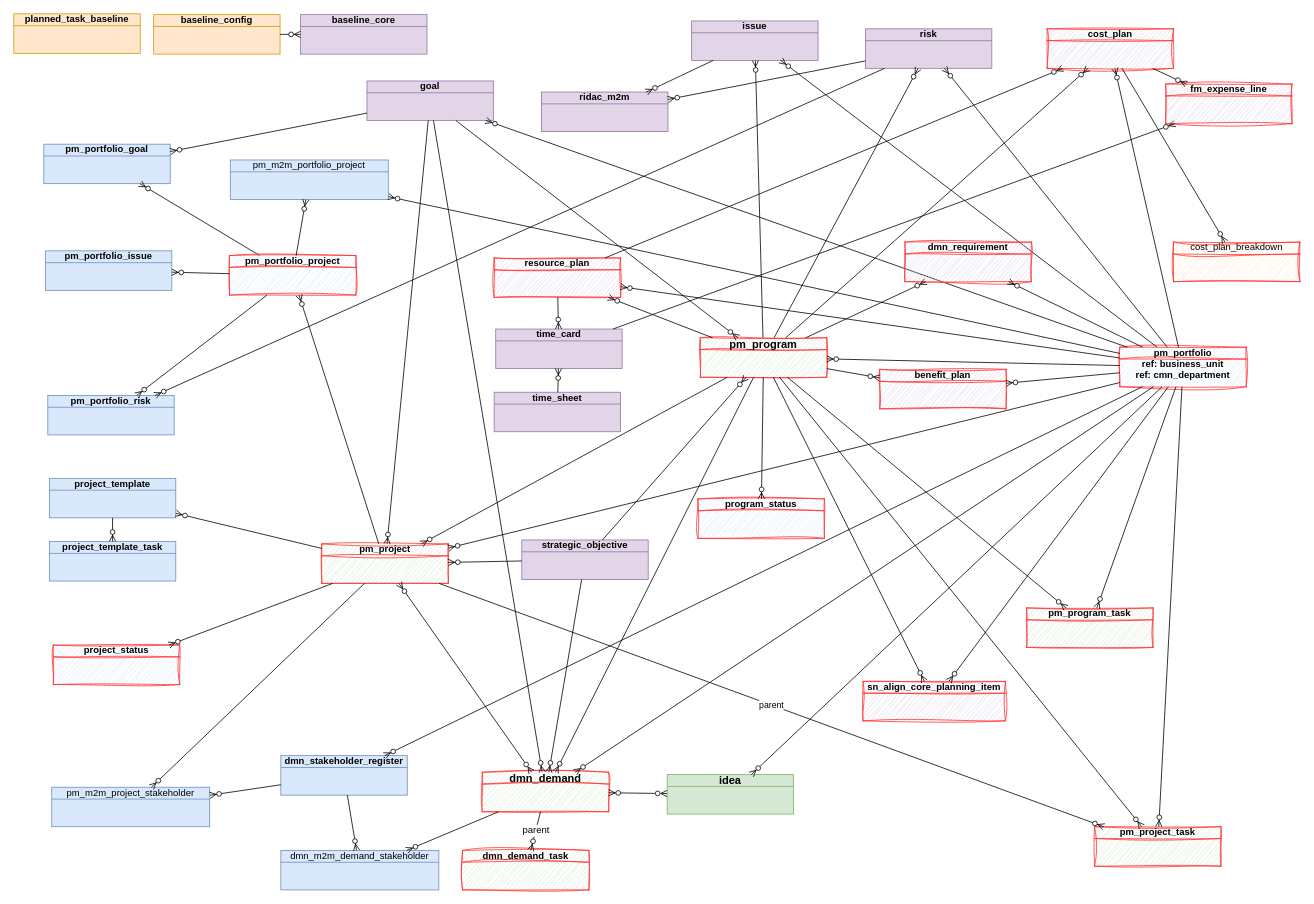
algimas/tmp keeps this draw.io diagram as page "justContextDB" (2 of 15) of JTI.drawio. Above is the earlier version. Source tidied: cells renumbered, new cells numbered last; positions are measured from the earlier drawing's top-left corner, leaving out a move shared by most shapes. Both pictures are drawn from the tidied source at 79%, with x=0, y=0 at pixel (13, 13).
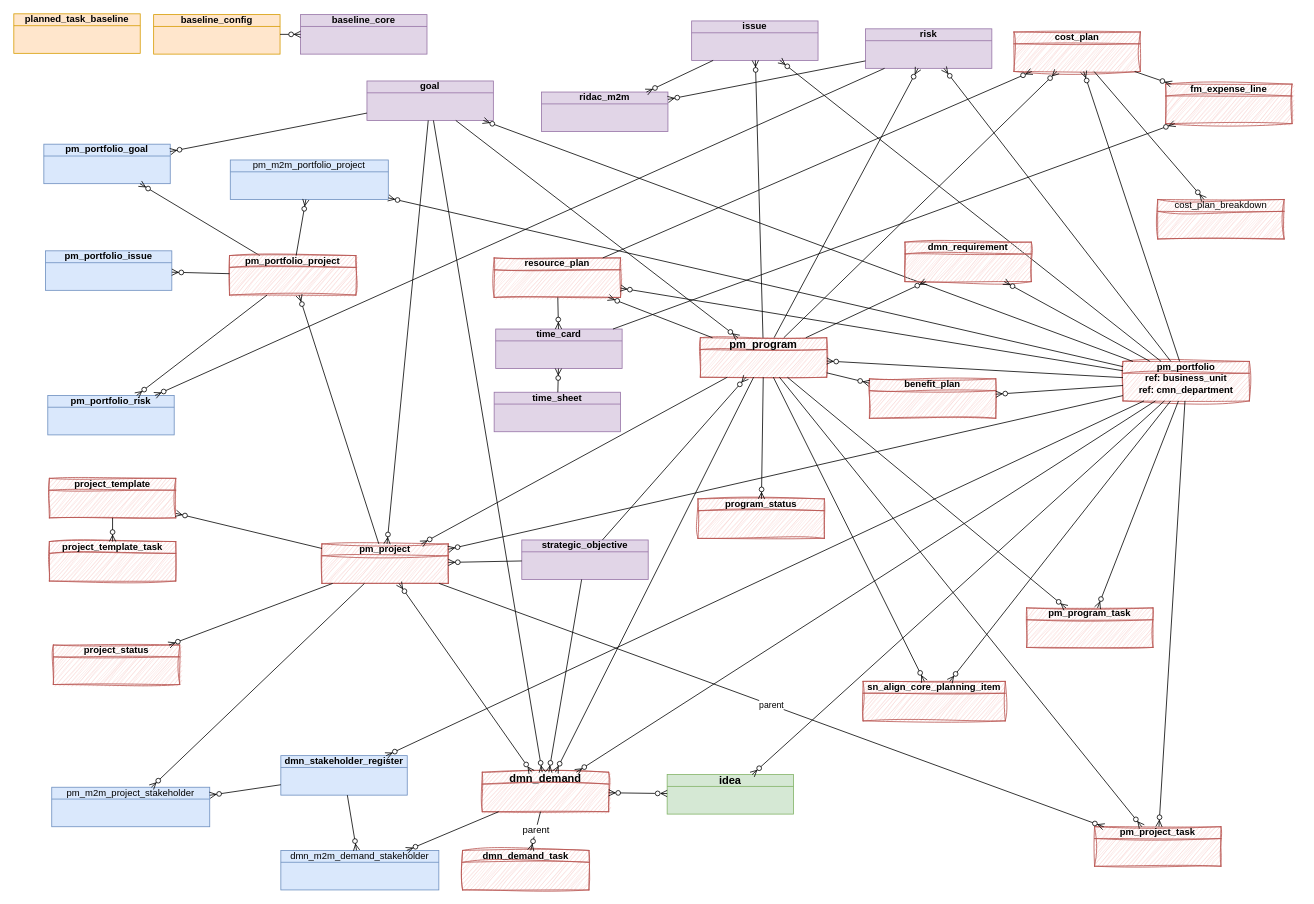
Above is the later version.

Diff of the diagram source:
```diff
@@
-    <mxCell id="4" value="pm_project" style="html=1;outlineConnect=0;whiteSpace=wrap;fillColor=#d5e8d4;shape=mxgraph.archimate3.businessObject;overflow=fill;strokeColor=#FF3333;fontStyle=1;sketch=1;curveFitting=1;jiggle=2;" parent="1" vertex="1">
+    <mxCell id="4" value="pm_project" style="html=1;outlineConnect=0;whiteSpace=wrap;fillColor=#f8cecc;shape=mxgraph.archimate3.businessObject;overflow=fill;strokeColor=#b85450;fontStyle=1;sketch=1;curveFitting=1;jiggle=2;" parent="1" vertex="1">
       <mxGeometry x="390" y="671" width="160" height="50" as="geometry" />
     </mxCell>
-    <mxCell id="5" value="project_template" style="html=1;outlineConnect=0;whiteSpace=wrap;fillColor=#dae8fc;shape=mxgraph.archimate3.businessObject;overflow=fill;strokeColor=#6c8ebf;fontStyle=1;" parent="1" vertex="1">
+    <mxCell id="5" value="project_template" style="html=1;outlineConnect=0;whiteSpace=wrap;fillColor=#f8cecc;shape=mxgraph.archimate3.businessObject;overflow=fill;strokeColor=#b85450;fontStyle=1;sketch=1;curveFitting=1;jiggle=2;" parent="1" vertex="1">
       <mxGeometry x="45" y="588" width="160" height="50" as="geometry" />
     </mxCell>
@@
-    <mxCell id="7" value="dmn_demand" style="html=1;outlineConnect=0;whiteSpace=wrap;fillColor=#d5e8d4;shape=mxgraph.archimate3.businessObject;overflow=fill;strokeColor=#FF3333;fontStyle=1;fontSize=14;sketch=1;curveFitting=1;jiggle=2;" parent="1" vertex="1">
+    <mxCell id="7" value="dmn_demand" style="html=1;outlineConnect=0;whiteSpace=wrap;fillColor=#f8cecc;shape=mxgraph.archimate3.businessObject;overflow=fill;strokeColor=#b85450;fontStyle=1;fontSize=14;sketch=1;curveFitting=1;jiggle=2;" parent="1" vertex="1">
       <mxGeometry x="593" y="960" width="160" height="50" as="geometry" />
     </mxCell>
-    <mxCell id="8" value="pm_program_task" style="html=1;outlineConnect=0;whiteSpace=wrap;fillColor=#d5e8d4;shape=mxgraph.archimate3.businessObject;overflow=fill;strokeColor=#FF3333;fontStyle=1;sketch=1;curveFitting=1;jiggle=2;" parent="1" vertex="1">
+    <mxCell id="8" value="pm_program_task" style="html=1;outlineConnect=0;whiteSpace=wrap;fillColor=#f8cecc;shape=mxgraph.archimate3.businessObject;overflow=fill;strokeColor=#b85450;fontStyle=1;sketch=1;curveFitting=1;jiggle=2;" parent="1" vertex="1">
       <mxGeometry x="1282" y="752" width="160" height="50" as="geometry" />
     </mxCell>
-    <mxCell id="9" value="&lt;span&gt;pm_portfolio&lt;/span&gt;&lt;div&gt;ref: business_unit&lt;/div&gt;&lt;div&gt;ref: cmn_department&lt;/div&gt;" style="html=1;outlineConnect=0;whiteSpace=wrap;fillColor=#dae8fc;shape=mxgraph.archimate3.businessObject;overflow=fill;strokeColor=#FF3333;fontStyle=1;sketch=1;curveFitting=1;jiggle=2;" parent="1" vertex="1">
-      <mxGeometry x="1400" y="422" width="160" height="50" as="geometry" />
+    <mxCell id="9" value="&lt;span&gt;pm_portfolio&lt;/span&gt;&lt;div&gt;ref: business_unit&lt;/div&gt;&lt;div&gt;ref: cmn_department&lt;/div&gt;" style="html=1;outlineConnect=0;whiteSpace=wrap;fillColor=#f8cecc;shape=mxgraph.archimate3.businessObject;overflow=fill;strokeColor=#b85450;fontStyle=1;sketch=1;curveFitting=1;jiggle=2;" parent="1" vertex="1">
+      <mxGeometry x="1404" y="440" width="160" height="50" as="geometry" />
     </mxCell>
@@
-    <mxCell id="11" value="project_status" style="html=1;outlineConnect=0;whiteSpace=wrap;fillColor=#dae8fc;shape=mxgraph.archimate3.businessObject;overflow=fill;strokeColor=#FF3333;fontStyle=1;sketch=1;curveFitting=1;jiggle=2;" parent="1" vertex="1">
+    <mxCell id="11" value="project_status" style="html=1;outlineConnect=0;whiteSpace=wrap;fillColor=#f8cecc;shape=mxgraph.archimate3.businessObject;overflow=fill;strokeColor=#b85450;fontStyle=1;sketch=1;curveFitting=1;jiggle=2;" parent="1" vertex="1">
       <mxGeometry x="50" y="799" width="160" height="50" as="geometry" />
     </mxCell>
@@
-    <mxCell id="14" value="pm_portfolio_project" style="html=1;outlineConnect=0;whiteSpace=wrap;fillColor=#dae8fc;shape=mxgraph.archimate3.businessObject;overflow=fill;strokeColor=#FF3333;fontStyle=1;sketch=1;curveFitting=1;jiggle=2;" parent="1" vertex="1">
+    <mxCell id="14" value="pm_portfolio_project" style="html=1;outlineConnect=0;whiteSpace=wrap;fillColor=#f8cecc;shape=mxgraph.archimate3.businessObject;overflow=fill;strokeColor=#b85450;fontStyle=1;sketch=1;curveFitting=1;jiggle=2;" parent="1" vertex="1">
       <mxGeometry x="273" y="306" width="160" height="50" as="geometry" />
     </mxCell>
@@
-    <mxCell id="16" value="pm_project_task" style="html=1;outlineConnect=0;whiteSpace=wrap;fillColor=#d5e8d4;shape=mxgraph.archimate3.businessObject;overflow=fill;strokeColor=#FF3333;fontStyle=1;sketch=1;curveFitting=1;jiggle=2;" parent="1" vertex="1">
+    <mxCell id="16" value="pm_project_task" style="html=1;outlineConnect=0;whiteSpace=wrap;fillColor=#f8cecc;shape=mxgraph.archimate3.businessObject;overflow=fill;strokeColor=#b85450;fontStyle=1;sketch=1;curveFitting=1;jiggle=2;" parent="1" vertex="1">
       <mxGeometry x="1368" y="1029" width="160" height="50" as="geometry" />
     </mxCell>
@@
-    <mxCell id="18" value="dmn_demand_task" style="html=1;outlineConnect=0;whiteSpace=wrap;fillColor=#d5e8d4;shape=mxgraph.archimate3.businessObject;overflow=fill;strokeColor=#FF3333;fontStyle=1;sketch=1;curveFitting=1;jiggle=2;" parent="1" vertex="1">
+    <mxCell id="18" value="dmn_demand_task" style="html=1;outlineConnect=0;whiteSpace=wrap;fillColor=#f8cecc;shape=mxgraph.archimate3.businessObject;overflow=fill;strokeColor=#b85450;fontStyle=1;sketch=1;curveFitting=1;jiggle=2;" parent="1" vertex="1">
       <mxGeometry x="568" y="1059" width="160" height="50" as="geometry" />
     </mxCell>
@@
-    <mxCell id="20" value="project_template_task" style="html=1;outlineConnect=0;whiteSpace=wrap;fillColor=#dae8fc;shape=mxgraph.archimate3.businessObject;overflow=fill;strokeColor=#6c8ebf;fontStyle=1;" parent="1" vertex="1">
+    <mxCell id="20" value="project_template_task" style="html=1;outlineConnect=0;whiteSpace=wrap;fillColor=#f8cecc;shape=mxgraph.archimate3.businessObject;overflow=fill;strokeColor=#b85450;fontStyle=1;sketch=1;curveFitting=1;jiggle=2;" parent="1" vertex="1">
       <mxGeometry x="45" y="668" width="160" height="50" as="geometry" />
     </mxCell>
@@
-    <mxCell id="28" value="pm_program" style="html=1;outlineConnect=0;whiteSpace=wrap;fillColor=#d5e8d4;shape=mxgraph.archimate3.businessObject;overflow=fill;strokeColor=#FF3333;fontStyle=1;fontSize=14;sketch=1;curveFitting=1;jiggle=2;" parent="1" vertex="1">
+    <mxCell id="28" value="pm_program" style="html=1;outlineConnect=0;whiteSpace=wrap;fillColor=#f8cecc;shape=mxgraph.archimate3.businessObject;overflow=fill;strokeColor=#b85450;fontStyle=1;fontSize=14;sketch=1;curveFitting=1;jiggle=2;" parent="1" vertex="1">
       <mxGeometry x="869" y="410" width="160" height="50" as="geometry" />
     </mxCell>
@@
-    <mxCell id="46" value="cost_plan" style="html=1;outlineConnect=0;whiteSpace=wrap;fillColor=#e1d5e7;shape=mxgraph.archimate3.businessObject;overflow=fill;strokeColor=#FF3333;fontStyle=1;shadow=0;sketch=1;curveFitting=1;jiggle=2;" parent="1" vertex="1">
-      <mxGeometry x="1308" y="19" width="160" height="50" as="geometry" />
+    <mxCell id="46" value="cost_plan" style="html=1;outlineConnect=0;whiteSpace=wrap;fillColor=#f8cecc;shape=mxgraph.archimate3.businessObject;overflow=fill;strokeColor=#b85450;fontStyle=1;shadow=0;sketch=1;curveFitting=1;jiggle=2;" parent="1" vertex="1">
+      <mxGeometry x="1266" y="23" width="160" height="50" as="geometry" />
     </mxCell>
@@
-    <mxCell id="69" value="fm_expense_line" style="html=1;outlineConnect=0;whiteSpace=wrap;fillColor=#e1d5e7;shape=mxgraph.archimate3.businessObject;overflow=fill;strokeColor=#FF3333;fontStyle=1;sketch=1;curveFitting=1;jiggle=2;" parent="1" vertex="1">
+    <mxCell id="69" value="fm_expense_line" style="html=1;outlineConnect=0;whiteSpace=wrap;fillColor=#f8cecc;shape=mxgraph.archimate3.businessObject;overflow=fill;strokeColor=#b85450;fontStyle=1;sketch=1;curveFitting=1;jiggle=2;" parent="1" vertex="1">
       <mxGeometry x="1458" y="89" width="160" height="50" as="geometry" />
     </mxCell>
-    <mxCell id="70" value="cost_plan_breakdown" style="html=1;outlineConnect=0;whiteSpace=wrap;fillColor=#ffe6cc;shape=mxgraph.archimate3.businessObject;overflow=fill;strokeColor=#FF3333;sketch=1;curveFitting=1;jiggle=2;" parent="1" vertex="1">
-      <mxGeometry x="1468" y="289" width="160" height="50" as="geometry" />
+    <mxCell id="70" value="cost_plan_breakdown" style="html=1;outlineConnect=0;whiteSpace=wrap;fillColor=#f8cecc;shape=mxgraph.archimate3.businessObject;overflow=fill;strokeColor=#b85450;sketch=1;curveFitting=1;jiggle=2;" parent="1" vertex="1">
+      <mxGeometry x="1448" y="235" width="160" height="50" as="geometry" />
     </mxCell>
@@
-    <mxCell id="73" value="dmn_requirement" style="html=1;outlineConnect=0;whiteSpace=wrap;fillColor=#e1d5e7;shape=mxgraph.archimate3.businessObject;overflow=fill;strokeColor=#FF3333;fontStyle=1;sketch=1;curveFitting=1;jiggle=2;" parent="1" vertex="1">
+    <mxCell id="73" value="dmn_requirement" style="html=1;outlineConnect=0;whiteSpace=wrap;fillColor=#f8cecc;shape=mxgraph.archimate3.businessObject;overflow=fill;strokeColor=#b85450;fontStyle=1;sketch=1;curveFitting=1;jiggle=2;" parent="1" vertex="1">
       <mxGeometry x="1128" y="289" width="160" height="50" as="geometry" />
     </mxCell>
@@
-    <mxCell id="76" value="sn_align_core_planning_item" style="html=1;outlineConnect=0;whiteSpace=wrap;fillColor=#e1d5e7;shape=mxgraph.archimate3.businessObject;overflow=fill;strokeColor=#FF3333;fontStyle=1;sketch=1;curveFitting=1;jiggle=2;" parent="1" vertex="1">
+    <mxCell id="76" value="sn_align_core_planning_item" style="html=1;outlineConnect=0;whiteSpace=wrap;fillColor=#f8cecc;shape=mxgraph.archimate3.businessObject;overflow=fill;strokeColor=#b85450;fontStyle=1;sketch=1;curveFitting=1;jiggle=2;" parent="1" vertex="1">
       <mxGeometry x="1075" y="845" width="180" height="50" as="geometry" />
     </mxCell>
@@
-    <mxCell id="79" value="resource_plan" style="html=1;outlineConnect=0;whiteSpace=wrap;fillColor=#e1d5e7;shape=mxgraph.archimate3.businessObject;overflow=fill;strokeColor=#FF3333;fontStyle=1;sketch=1;curveFitting=1;jiggle=2;" parent="1" vertex="1">
+    <mxCell id="79" value="resource_plan" style="html=1;outlineConnect=0;whiteSpace=wrap;fillColor=#f8cecc;shape=mxgraph.archimate3.businessObject;overflow=fill;strokeColor=#b85450;fontStyle=1;sketch=1;curveFitting=1;jiggle=2;" parent="1" vertex="1">
       <mxGeometry x="608" y="309" width="160" height="50" as="geometry" />
     </mxCell>
@@
-    <mxCell id="88" value="benefit_plan" style="html=1;outlineConnect=0;whiteSpace=wrap;fillColor=#e1d5e7;shape=mxgraph.archimate3.businessObject;overflow=fill;strokeColor=#FF3333;fontStyle=1;sketch=1;curveFitting=1;jiggle=2;" parent="1" vertex="1">
-      <mxGeometry x="1096" y="450" width="160" height="50" as="geometry" />
+    <mxCell id="88" value="benefit_plan" style="html=1;outlineConnect=0;whiteSpace=wrap;fillColor=#f8cecc;shape=mxgraph.archimate3.businessObject;overflow=fill;strokeColor=#b85450;fontStyle=1;sketch=1;curveFitting=1;jiggle=2;" parent="1" vertex="1">
+      <mxGeometry x="1083" y="462" width="160" height="50" as="geometry" />
     </mxCell>
@@
-    <mxCell id="99" value="program_status" style="html=1;outlineConnect=0;whiteSpace=wrap;fillColor=#dae8fc;shape=mxgraph.archimate3.businessObject;overflow=fill;strokeColor=#FF3333;fontStyle=1;sketch=1;curveFitting=1;jiggle=2;" parent="1" vertex="1">
+    <mxCell id="99" value="program_status" style="html=1;outlineConnect=0;whiteSpace=wrap;fillColor=#f8cecc;shape=mxgraph.archimate3.businessObject;overflow=fill;strokeColor=#b85450;fontStyle=1;sketch=1;curveFitting=1;jiggle=2;" parent="1" vertex="1">
       <mxGeometry x="866" y="614" width="160" height="50" as="geometry" />
     </mxCell>
```
